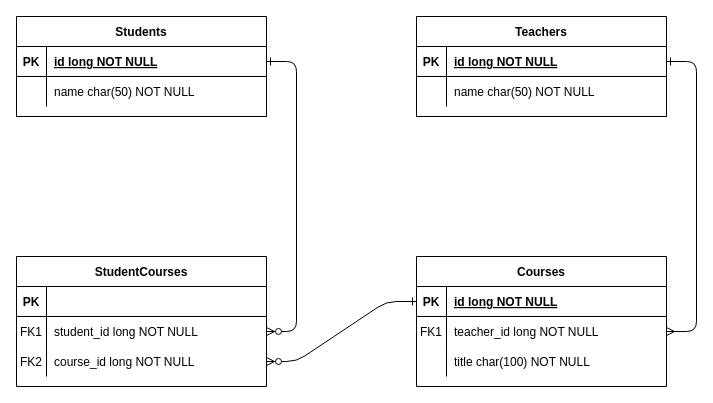
Above: Untitled Diagram.drawio in MaxGaranin/Diagrams (draw.io), before the change. Source tidied: cells renumbered, new cells numbered last; positions are measured from the earlier drawing's top-left corner, leaving out a move shared by most shapes. Both pictures are drawn from the tidied source at 100%, with x=0, y=0 at pixel (16, 16).
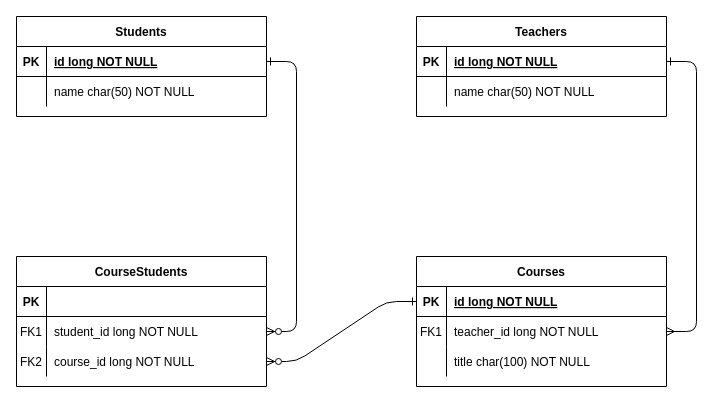
The same page after the edit.

The edit, as a diff of the source:
```diff
@@
-    <mxCell id="4" value="StudentCourses" style="shape=table;startSize=30;childLayout=tableLayout;rowLines=0;fontStyle=1;align=center;" parent="1" vertex="1">
+    <mxCell id="4" value="CourseStudents" style="shape=table;startSize=30;childLayout=tableLayout;rowLines=0;fontStyle=1;align=center;" parent="1" vertex="1">
       <mxGeometry y="240" width="250" height="130" as="geometry" />
     </mxCell>
```
